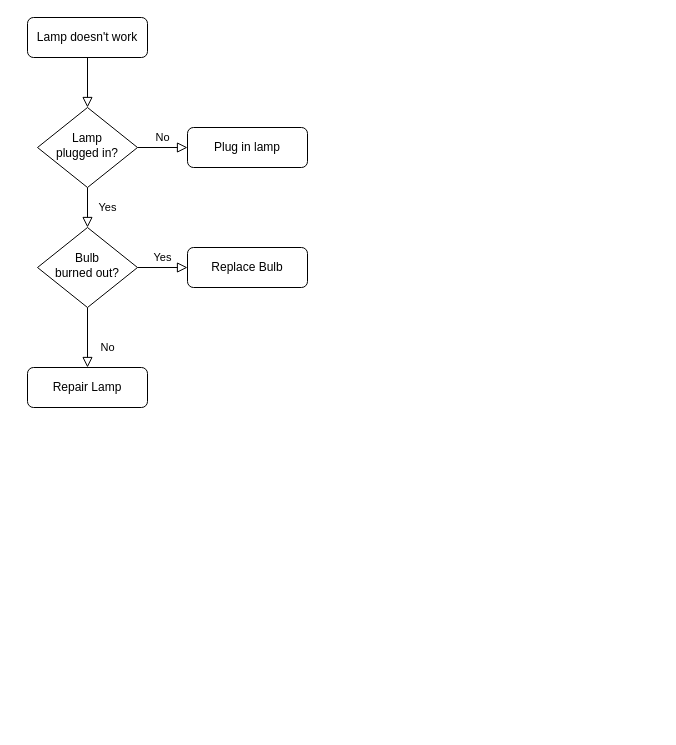
fengzhimin/diagrams keeps this draw.io diagram as Untitled Diagram.drawio. Above is the earlier version. Source tidied: cells renumbered, new cells numbered last; positions are measured from the earlier drawing's top-left corner, leaving out a move shared by most shapes. Both pictures are drawn from the tidied source at 100%, with x=0, y=0 at pixel (27, 17).
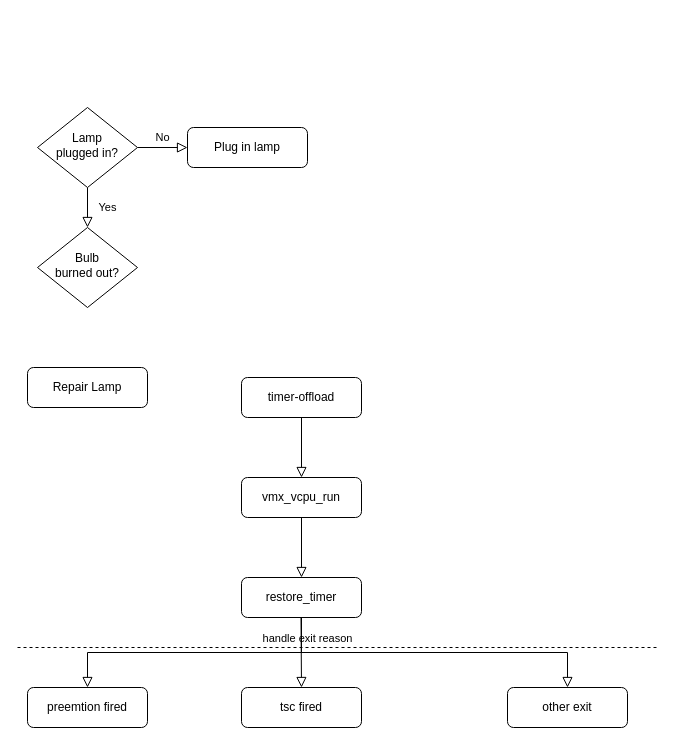
Above is the later version.

The change refers to these unchanged cells:
```xml
<mxCell id="6" value="Lamp&lt;br&gt;plugged in?" style="rhombus;whiteSpace=wrap;html=1;shadow=0;fontFamily=Helvetica;fontSize=12;align=center;strokeWidth=1;spacing=6;spacingTop=-4;" parent="1" vertex="1">
  <mxGeometry x="10" y="90" width="100" height="80" as="geometry" />
</mxCell>
<mxCell id="10" value="Bulb&lt;br&gt;burned out?" style="rhombus;whiteSpace=wrap;html=1;shadow=0;fontFamily=Helvetica;fontSize=12;align=center;strokeWidth=1;spacing=6;spacingTop=-4;" parent="1" vertex="1">
  <mxGeometry x="10" y="210" width="100" height="80" as="geometry" />
</mxCell>
<mxCell id="11" value="Repair Lamp" style="rounded=1;whiteSpace=wrap;html=1;fontSize=12;glass=0;strokeWidth=1;shadow=0;" parent="1" vertex="1">
  <mxGeometry y="350" width="120" height="40" as="geometry" />
</mxCell>
```

What changed in the source:
```diff
@@
-    <mxCell id="2" style="rounded=0;html=1;jettySize=auto;fontSize=11;endArrow=block;endFill=0;endSize=8;strokeWidth=1;shadow=0;labelBackgroundColor=none;edgeStyle=orthogonalEdgeStyle;" parent="1" edge="1" source="3" target="6">
-      <mxGeometry relative="1" as="geometry" />
-    </mxCell>
-    <mxCell id="3" value="Lamp doesn't work" style="rounded=1;whiteSpace=wrap;html=1;fontSize=12;glass=0;strokeWidth=1;shadow=0;" parent="1" vertex="1">
-      <mxGeometry width="120" height="40" as="geometry" />
+    <mxCell id="3" value="vmx_vcpu_run" style="rounded=1;whiteSpace=wrap;html=1;fontSize=12;glass=0;strokeWidth=1;shadow=0;" parent="1" vertex="1">
+      <mxGeometry x="214" y="460" width="120" height="40" as="geometry" />
     </mxCell>
@@
-    <mxCell id="8" value="No" style="rounded=0;html=1;jettySize=auto;fontSize=11;endArrow=block;endFill=0;endSize=8;strokeWidth=1;shadow=0;labelBackgroundColor=none;edgeStyle=orthogonalEdgeStyle;" parent="1" edge="1" source="10" target="11">
-      <mxGeometry x="0.33" y="20" relative="1" as="geometry" />
+    <mxCell id="8" style="rounded=0;html=1;jettySize=auto;fontSize=11;endArrow=block;endFill=0;endSize=8;strokeWidth=1;shadow=0;labelBackgroundColor=none;edgeStyle=orthogonalEdgeStyle;exitX=0.5;exitY=1;exitDx=0;exitDy=0;" parent="1" edge="1" source="13" target="15">
+      <mxGeometry x="0.33" y="5" relative="1" as="geometry" />
     </mxCell>
-    <mxCell id="9" value="Yes" style="edgeStyle=orthogonalEdgeStyle;rounded=0;html=1;jettySize=auto;fontSize=11;endArrow=block;endFill=0;endSize=8;strokeWidth=1;shadow=0;labelBackgroundColor=none;" parent="1" edge="1" source="10" target="12">
+    <mxCell id="9" style="edgeStyle=orthogonalEdgeStyle;rounded=0;html=1;jettySize=auto;fontSize=11;endArrow=block;endFill=0;endSize=8;strokeWidth=1;shadow=0;labelBackgroundColor=none;exitX=0.5;exitY=1;exitDx=0;exitDy=0;entryX=0.5;entryY=0;entryDx=0;entryDy=0;" parent="1" edge="1" source="12" target="3">
       <mxGeometry y="10" relative="1" as="geometry" />
     </mxCell>
@@
-    <mxCell id="12" value="Replace Bulb" style="rounded=1;whiteSpace=wrap;html=1;fontSize=12;glass=0;strokeWidth=1;shadow=0;" parent="1" vertex="1">
-      <mxGeometry x="160" y="230" width="120" height="40" as="geometry" />
+    <mxCell id="12" value="timer-offload" style="rounded=1;whiteSpace=wrap;html=1;fontSize=12;glass=0;strokeWidth=1;shadow=0;" parent="1" vertex="1">
+      <mxGeometry x="214" y="360" width="120" height="40" as="geometry" />
     </mxCell>
+    <mxCell id="13" value="restore_timer" style="rounded=1;whiteSpace=wrap;html=1;fontSize=12;glass=0;strokeWidth=1;shadow=0;" parent="1" vertex="1">
+      <mxGeometry x="214" y="560" width="120" height="40" as="geometry" />
+    </mxCell>
+    <mxCell id="14" style="edgeStyle=orthogonalEdgeStyle;rounded=0;html=1;jettySize=auto;fontSize=11;endArrow=block;endFill=0;endSize=8;strokeWidth=1;shadow=0;labelBackgroundColor=none;entryX=0.5;entryY=0;entryDx=0;entryDy=0;exitX=0.5;exitY=1;exitDx=0;exitDy=0;" parent="1" edge="1" source="3" target="13">
+      <mxGeometry y="10" relative="1" as="geometry" />
+    </mxCell>
+    <mxCell id="15" value="preemtion fired" style="rounded=1;whiteSpace=wrap;html=1;fontSize=12;glass=0;strokeWidth=1;shadow=0;" parent="1" vertex="1">
+      <mxGeometry y="670" width="120" height="40" as="geometry" />
+    </mxCell>
+    <mxCell id="16" style="endArrow=none;dashed=1;html=1;" parent="1" edge="1">
+      <mxGeometry relative="1" as="geometry">
+        <mxPoint x="-10" y="630" as="sourcePoint" />
+        <mxPoint x="630" y="630" as="targetPoint" />
+      </mxGeometry>
+    </mxCell>
+    <mxCell id="17" value="handle exit reason" style="edgeLabel;html=1;align=center;verticalAlign=middle;" parent="16" vertex="1">
+      <mxGeometry x="-0.1" y="4" relative="1" as="geometry">
+        <mxPoint x="1" y="-6" as="offset" />
+      </mxGeometry>
+    </mxCell>
+    <mxCell id="18" value="tsc fired" style="rounded=1;whiteSpace=wrap;html=1;fontSize=12;glass=0;strokeWidth=1;shadow=0;" parent="1" vertex="1">
+      <mxGeometry x="214" y="670" width="120" height="40" as="geometry" />
+    </mxCell>
+    <mxCell id="19" value="other exit" style="rounded=1;whiteSpace=wrap;html=1;fontSize=12;glass=0;strokeWidth=1;shadow=0;" parent="1" vertex="1">
+      <mxGeometry x="480" y="670" width="120" height="40" as="geometry" />
+    </mxCell>
+    <mxCell id="20" style="edgeStyle=orthogonalEdgeStyle;rounded=0;html=1;jettySize=auto;fontSize=11;endArrow=block;endFill=0;endSize=8;strokeWidth=1;shadow=0;labelBackgroundColor=none;entryX=0.5;entryY=0;entryDx=0;entryDy=0;exitX=0.5;exitY=1;exitDx=0;exitDy=0;" parent="1" edge="1" target="18">
+      <mxGeometry y="10" relative="1" as="geometry">
+        <mxPoint x="273.5" y="600" as="sourcePoint" />
+      </mxGeometry>
+    </mxCell>
+    <mxCell id="21" style="rounded=0;html=1;jettySize=auto;fontSize=11;endArrow=block;endFill=0;endSize=8;strokeWidth=1;shadow=0;labelBackgroundColor=none;edgeStyle=orthogonalEdgeStyle;exitX=0.5;exitY=1;exitDx=0;exitDy=0;" parent="1" edge="1" source="13" target="19">
+      <mxGeometry x="0.33" y="5" relative="1" as="geometry" />
+    </mxCell>
```
